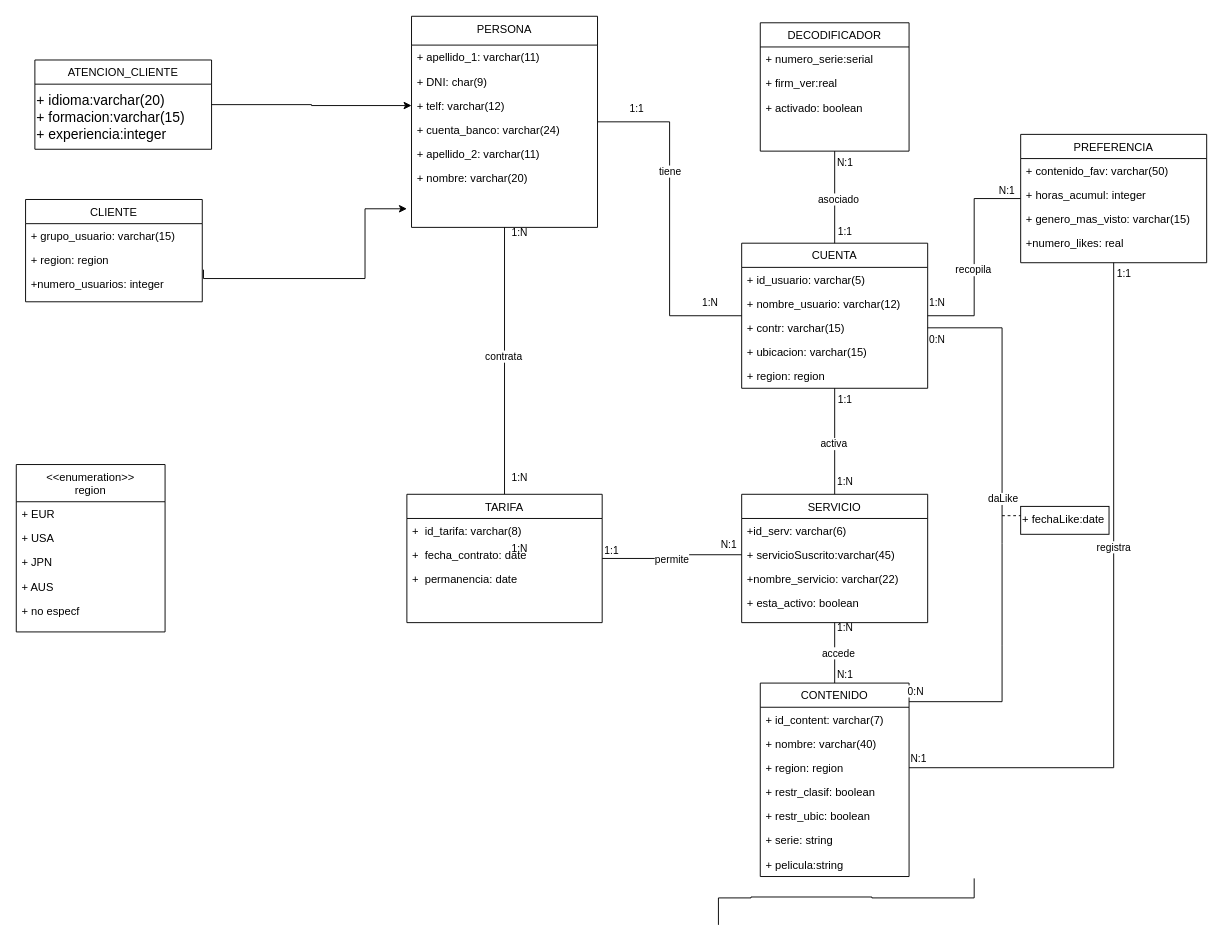
Before: PROYECTO1.drawio in NyanCat6886/BasesDeDatosETSITGC, a draw.io diagram. Source tidied: cells renumbered, new cells numbered last; positions are measured from the earlier drawing's top-left corner, leaving out a move shared by most shapes. Both pictures are drawn from the tidied source at 93%, with x=0, y=0 at pixel (16, 16).
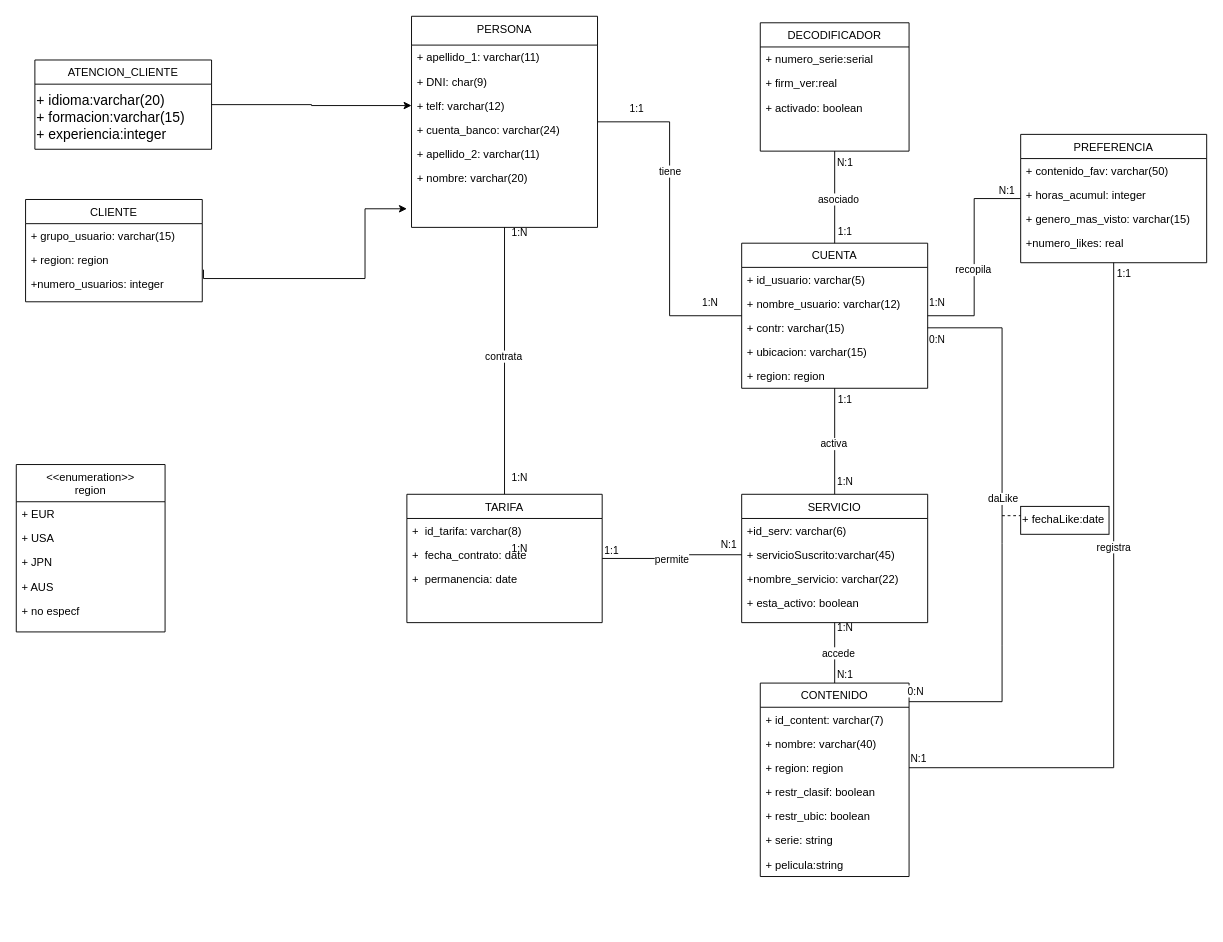
The same page after the edit.

What changed in the source:
```diff
@@
-    <mxCell id="81" style="edgeStyle=orthogonalEdgeStyle;rounded=0;orthogonalLoop=1;jettySize=auto;html=1;exitX=0.5;exitY=0;exitDx=0;exitDy=0;endArrow=none;endFill=0;entryX=0.5;entryY=0;entryDx=0;entryDy=0;" parent="1" edge="1">
-      <mxGeometry relative="1" as="geometry">
-        <mxPoint x="755" y="977" as="sourcePoint" />
-        <mxPoint x="1030" y="927" as="targetPoint" />
-        <Array as="points">
-          <mxPoint x="755" y="948" />
-          <mxPoint x="790" y="948" />
-          <mxPoint x="790" y="947" />
-          <mxPoint x="920" y="947" />
-          <mxPoint x="920" y="948" />
-          <mxPoint x="1030" y="948" />
-        </Array>
-      </mxGeometry>
-    </mxCell>
```
